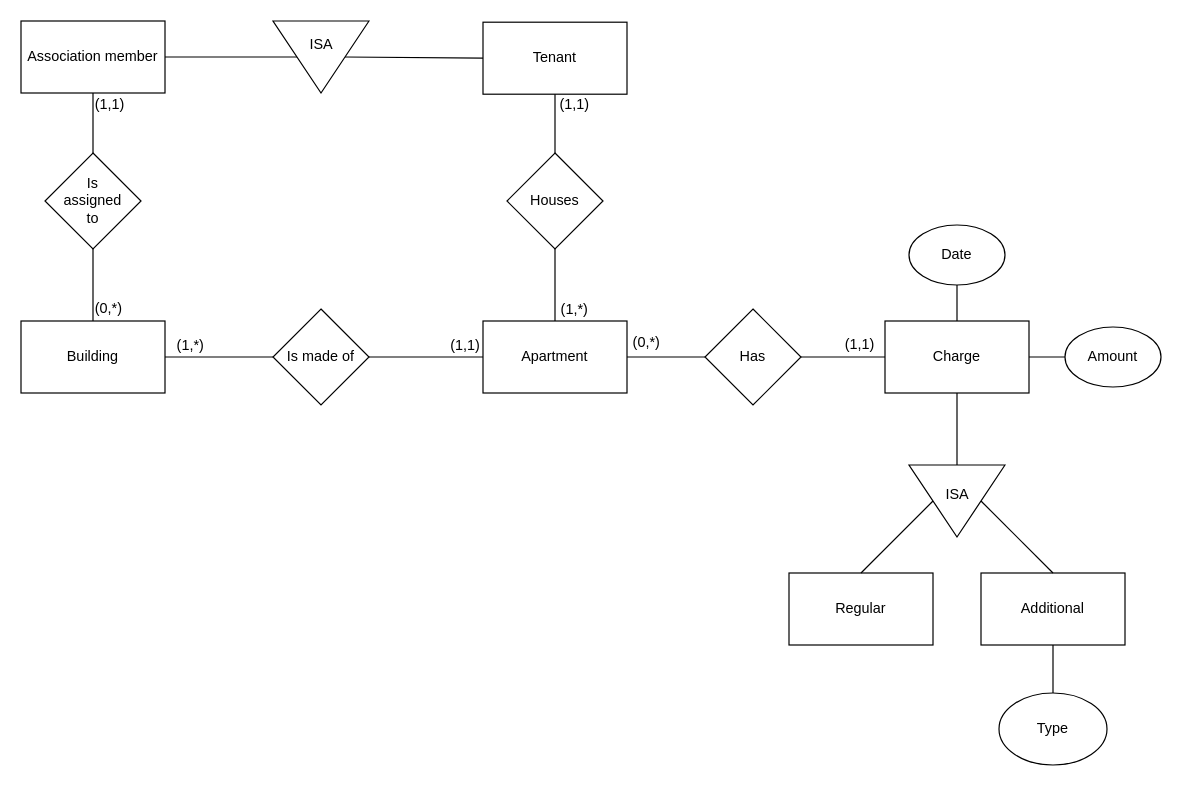
Above: Task4/Task4.drawio in devtot0/FundamentalsOfDatabases (draw.io), before the change. Source tidied: cells renumbered, new cells numbered last; positions are measured from the earlier drawing's top-left corner, leaving out a move shared by most shapes. Both pictures are drawn from the tidied source at 120%, with x=0, y=0 at pixel (20, 8).
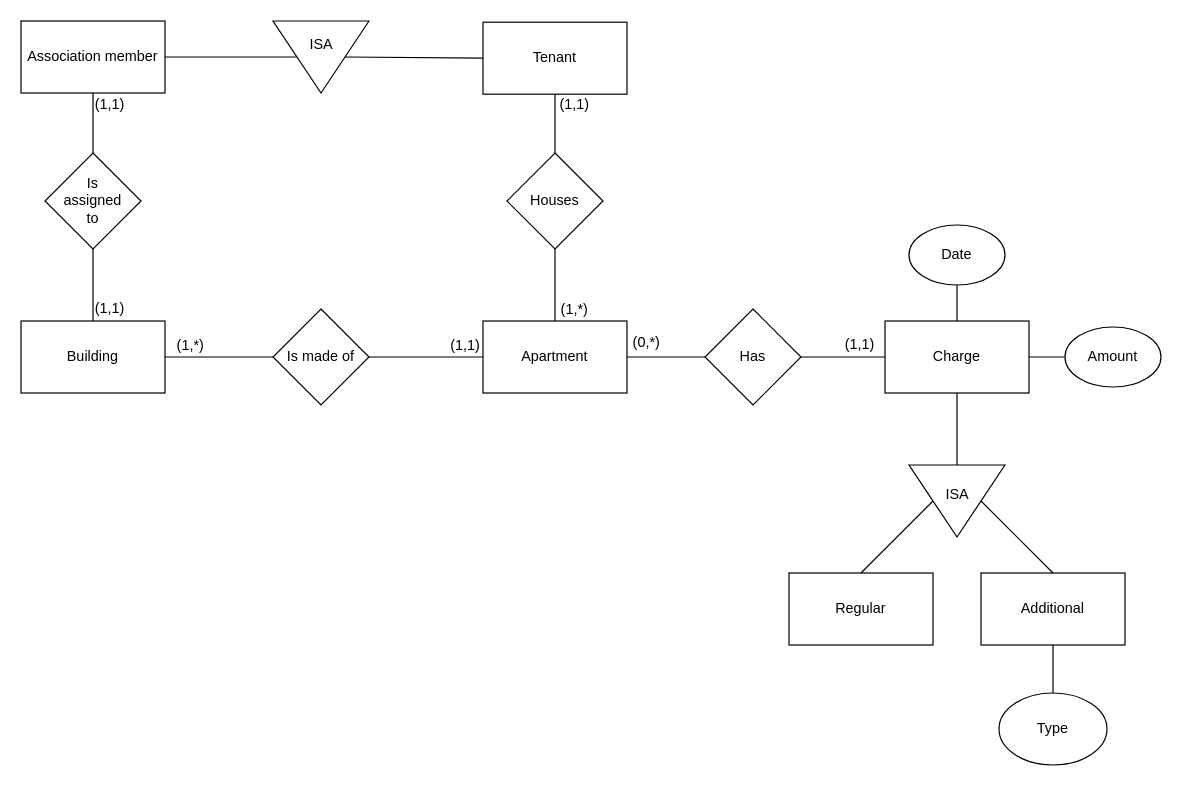
The same page after the edit.

Change to the diagram source:
```diff
@@
-    <mxCell id="26" value="(0,*)" style="text;html=1;align=left;verticalAlign=top;spacingTop=-4;" parent="1" vertex="1">
+    <mxCell id="26" value="(1,1)" style="text;html=1;align=left;verticalAlign=top;spacingTop=-4;" parent="1" vertex="1">
       <mxGeometry x="60" y="240" width="40" height="20" as="geometry" />
     </mxCell>
```
